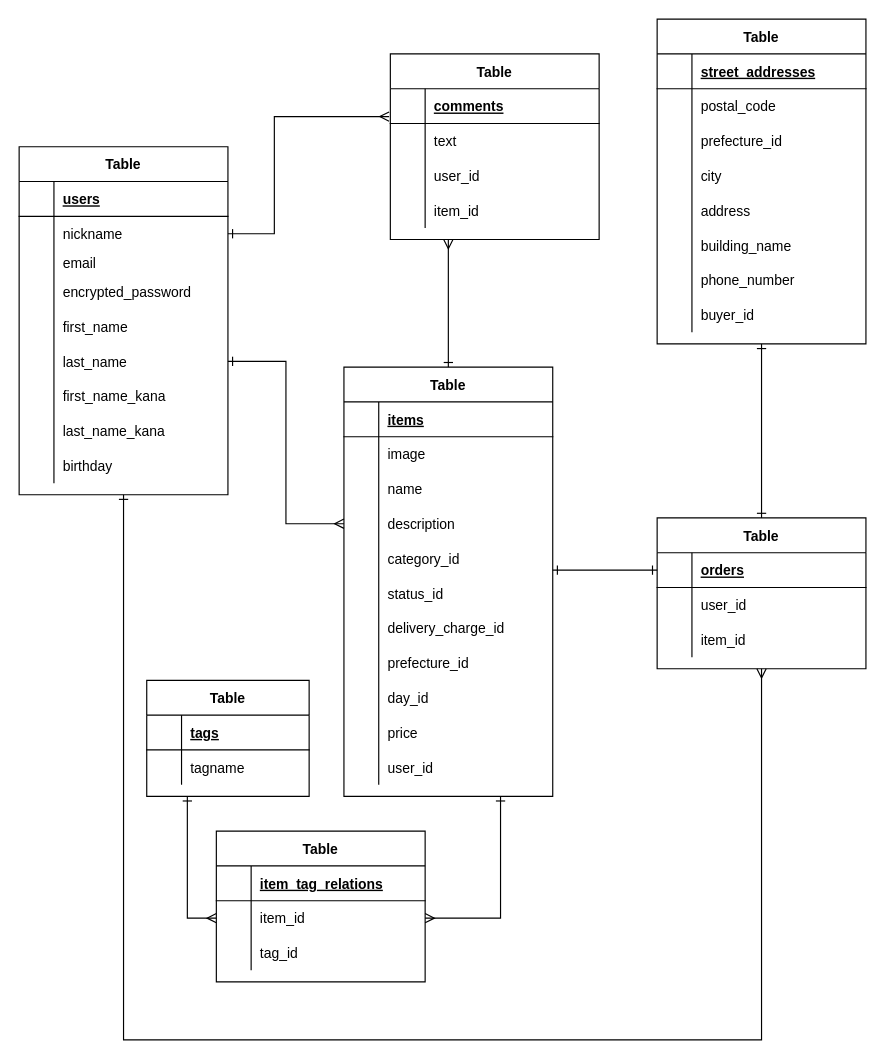
Earlier version of the draw.io diagram furima.dio (HamazakiHisanori/furima-35157). Source tidied: cells renumbered, new cells numbered last; positions are measured from the earlier drawing's top-left corner, leaving out a move shared by most shapes. Both pictures are drawn from the tidied source at 116%, with x=0, y=0 at pixel (19, 19).
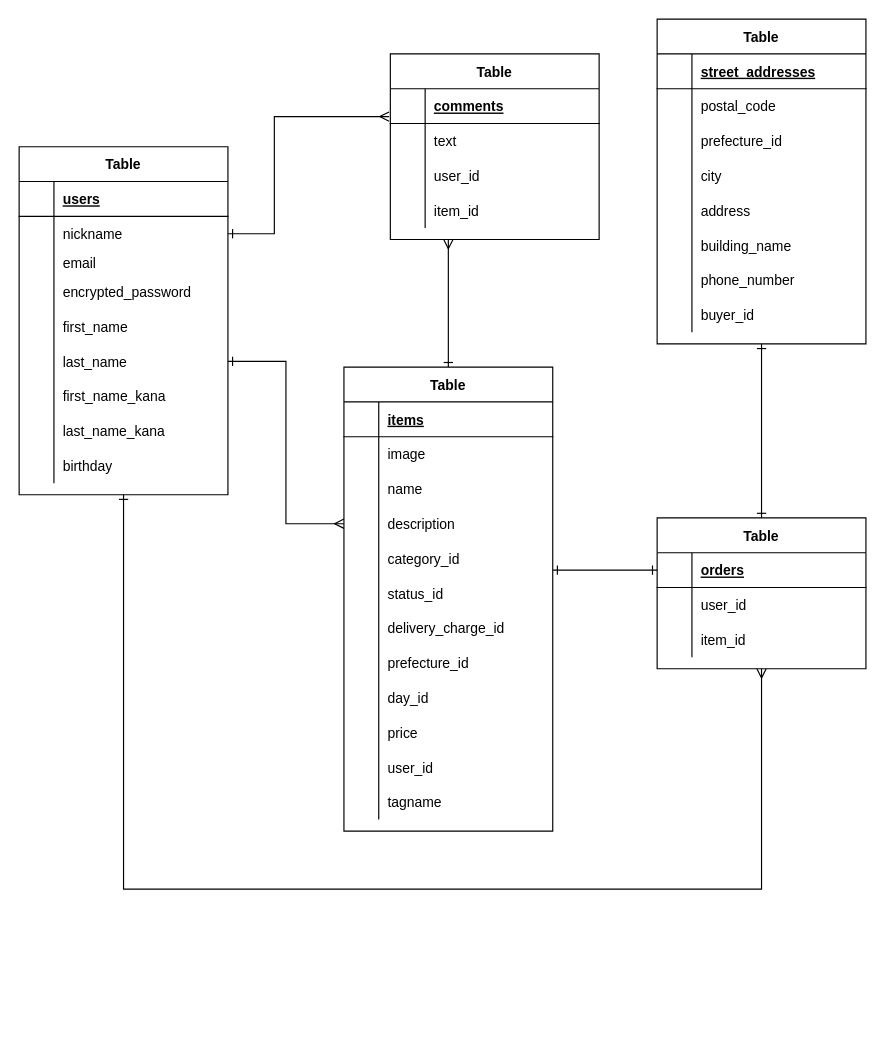
After the change.

Unchanged cells that the change refers to:
```xml
<mxCell id="3" value="Table" style="shape=table;startSize=30;childLayout=tableLayout;rowLines=0;fontStyle=1;align=center;" parent="1" vertex="1">
  <mxGeometry y="110" width="180" height="300" as="geometry" />
</mxCell>
<mxCell id="32" value="Table" style="shape=table;startSize=30;childLayout=tableLayout;rowLines=0;fontStyle=1;align=center;" parent="1" vertex="1">
  <mxGeometry x="550" y="430" width="180" height="130" as="geometry" />
</mxCell>
```

What changed in the source:
```diff
@@
     <mxCell id="2" style="edgeStyle=orthogonalEdgeStyle;rounded=0;jettySize=auto;html=1;exitX=0.5;exitY=1;exitDx=0;exitDy=0;startArrow=ERone;startFill=0;endArrow=ERmany;endFill=0;entryX=0.5;entryY=1;entryDx=0;entryDy=0;" parent="1" edge="1" source="3" target="32">
       <mxGeometry relative="1" as="geometry">
         <Array as="points">
-          <mxPoint x="90" y="880" />
-          <mxPoint x="640" y="880" />
+          <mxPoint x="90" y="750" />
+          <mxPoint x="640" y="750" />
         </Array>
       </mxGeometry>
     </mxCell>
@@
-    <mxCell id="57" style="edgeStyle=orthogonalEdgeStyle;rounded=0;jettySize=auto;html=1;exitX=0.75;exitY=1;exitDx=0;exitDy=0;entryX=1;entryY=0.5;entryDx=0;entryDy=0;startArrow=ERone;startFill=0;endArrow=ERmany;endFill=0;" parent="1" edge="1" source="58" target="132">
-      <mxGeometry relative="1" as="geometry" />
-    </mxCell>
     <mxCell id="58" value="Table" style="shape=table;startSize=30;childLayout=tableLayout;rowLines=0;fontStyle=1;align=center;" parent="1" vertex="1">
-      <mxGeometry x="280" y="300" width="180" height="370" as="geometry" />
+      <mxGeometry x="280" y="300" width="180" height="400" as="geometry" />
     </mxCell>
@@
+    <mxCell id="57" style="shape=partialRectangle;fillColor=none;top=0;left=0;bottom=0;right=0;" parent="58" vertex="1">
+      <mxGeometry y="360" width="180" height="30" as="geometry" />
+    </mxCell>
+    <mxCell id="138" style="shape=partialRectangle;fillColor=none;top=0;left=0;bottom=0;right=0;overflow=hidden;" parent="57" vertex="1">
+      <mxGeometry width="30" height="30" as="geometry" />
+    </mxCell>
+    <mxCell id="127" value="tagname" style="shape=partialRectangle;fillColor=none;top=0;left=0;bottom=0;right=0;align=left;spacingLeft=6;overflow=hidden;" parent="57" vertex="1">
+      <mxGeometry x="30" width="150" height="30" as="geometry" />
+    </mxCell>
@@
-    <mxCell id="120" style="edgeStyle=orthogonalEdgeStyle;rounded=0;jettySize=auto;html=1;exitX=0.25;exitY=1;exitDx=0;exitDy=0;entryX=0;entryY=0.5;entryDx=0;entryDy=0;startArrow=ERone;startFill=0;endArrow=ERmany;endFill=0;" parent="1" edge="1" source="121" target="132">
-      <mxGeometry relative="1" as="geometry" />
-    </mxCell>
-    <mxCell id="121" value="Table" style="shape=table;startSize=30;childLayout=tableLayout;rowLines=0;fontStyle=1;align=center;" parent="1" vertex="1">
-      <mxGeometry x="110" y="570" width="140" height="100" as="geometry" />
-    </mxCell>
-    <mxCell id="122" style="shape=partialRectangle;fillColor=none;top=0;left=0;bottom=1;right=0;" parent="121" vertex="1">
-      <mxGeometry y="30" width="140" height="30" as="geometry" />
-    </mxCell>
-    <mxCell id="123" style="shape=partialRectangle;fillColor=none;top=0;left=0;bottom=0;right=0;fontStyle=1;overflow=hidden;" parent="122" vertex="1">
-      <mxGeometry width="30" height="30" as="geometry" />
-    </mxCell>
-    <mxCell id="124" value="tags" style="shape=partialRectangle;fillColor=none;top=0;left=0;bottom=0;right=0;align=left;spacingLeft=6;fontStyle=5;overflow=hidden;" parent="122" vertex="1">
-      <mxGeometry x="30" width="110" height="30" as="geometry" />
-    </mxCell>
-    <mxCell id="125" style="shape=partialRectangle;fillColor=none;top=0;left=0;bottom=0;right=0;" parent="121" vertex="1">
-      <mxGeometry y="60" width="140" height="30" as="geometry" />
-    </mxCell>
-    <mxCell id="126" style="shape=partialRectangle;fillColor=none;top=0;left=0;bottom=0;right=0;overflow=hidden;" parent="125" vertex="1">
-      <mxGeometry width="30" height="30" as="geometry" />
-    </mxCell>
-    <mxCell id="127" value="tagname" style="shape=partialRectangle;fillColor=none;top=0;left=0;bottom=0;right=0;align=left;spacingLeft=6;overflow=hidden;" parent="125" vertex="1">
-      <mxGeometry x="30" width="110" height="30" as="geometry" />
-    </mxCell>
-    <mxCell id="128" value="Table" style="shape=table;startSize=30;childLayout=tableLayout;rowLines=0;fontStyle=1;align=center;" parent="1" vertex="1">
-      <mxGeometry x="170" y="700" width="180" height="130" as="geometry" />
-    </mxCell>
-    <mxCell id="129" style="shape=partialRectangle;fillColor=none;top=0;left=0;bottom=1;right=0;" parent="128" vertex="1">
-      <mxGeometry y="30" width="180" height="30" as="geometry" />
-    </mxCell>
-    <mxCell id="130" style="shape=partialRectangle;fillColor=none;top=0;left=0;bottom=0;right=0;fontStyle=1;overflow=hidden;" parent="129" vertex="1">
-      <mxGeometry width="30" height="30" as="geometry" />
-    </mxCell>
-    <mxCell id="131" value="item_tag_relations" style="shape=partialRectangle;fillColor=none;top=0;left=0;bottom=0;right=0;align=left;spacingLeft=6;fontStyle=5;overflow=hidden;" parent="129" vertex="1">
-      <mxGeometry x="30" width="150" height="30" as="geometry" />
-    </mxCell>
-    <mxCell id="132" style="shape=partialRectangle;fillColor=none;top=0;left=0;bottom=0;right=0;points=[[0,0.5],[1,0.5]];portConstraint=eastwest;" parent="128" vertex="1">
-      <mxGeometry y="60" width="180" height="30" as="geometry" />
-    </mxCell>
-    <mxCell id="133" style="shape=partialRectangle;fillColor=none;top=0;left=0;bottom=0;right=0;overflow=hidden;" parent="132" vertex="1">
-      <mxGeometry width="30" height="30" as="geometry" />
-    </mxCell>
-    <mxCell id="134" value="item_id" style="shape=partialRectangle;fillColor=none;top=0;left=0;bottom=0;right=0;align=left;spacingLeft=6;overflow=hidden;" parent="132" vertex="1">
-      <mxGeometry x="30" width="150" height="30" as="geometry" />
-    </mxCell>
-    <mxCell id="135" style="shape=partialRectangle;fillColor=none;top=0;left=0;bottom=0;right=0;" parent="128" vertex="1">
-      <mxGeometry y="90" width="180" height="30" as="geometry" />
-    </mxCell>
-    <mxCell id="136" style="shape=partialRectangle;fillColor=none;top=0;left=0;bottom=0;right=0;overflow=hidden;" parent="135" vertex="1">
-      <mxGeometry width="30" height="30" as="geometry" />
-    </mxCell>
-    <mxCell id="137" value="tag_id" style="shape=partialRectangle;fillColor=none;top=0;left=0;bottom=0;right=0;align=left;spacingLeft=6;overflow=hidden;" parent="135" vertex="1">
-      <mxGeometry x="30" width="150" height="30" as="geometry" />
-    </mxCell>
```
